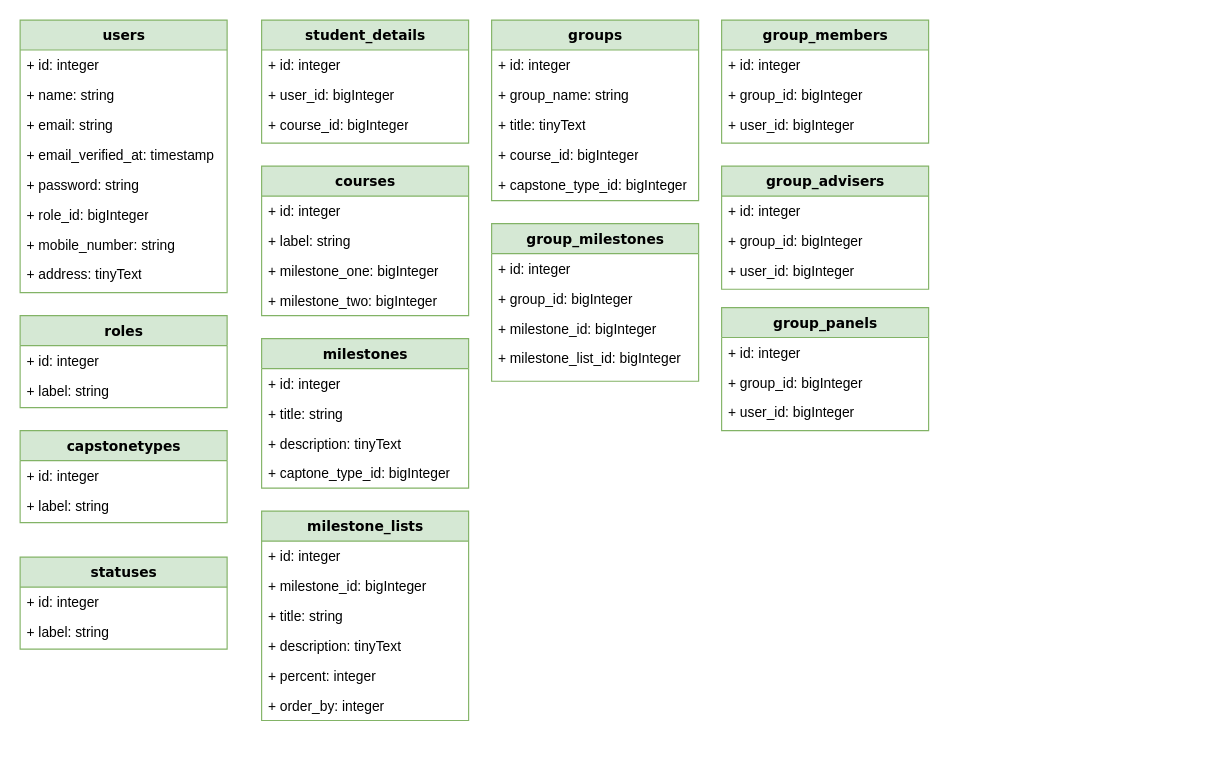
Above: database/schema.drawio in elur123/ccerms-api (draw.io), before the change. Source tidied: cells renumbered, new cells numbered last; positions are measured from the earlier drawing's top-left corner, leaving out a move shared by most shapes. Both pictures are drawn from the tidied source at 115%, with x=0, y=0 at pixel (20, 20).
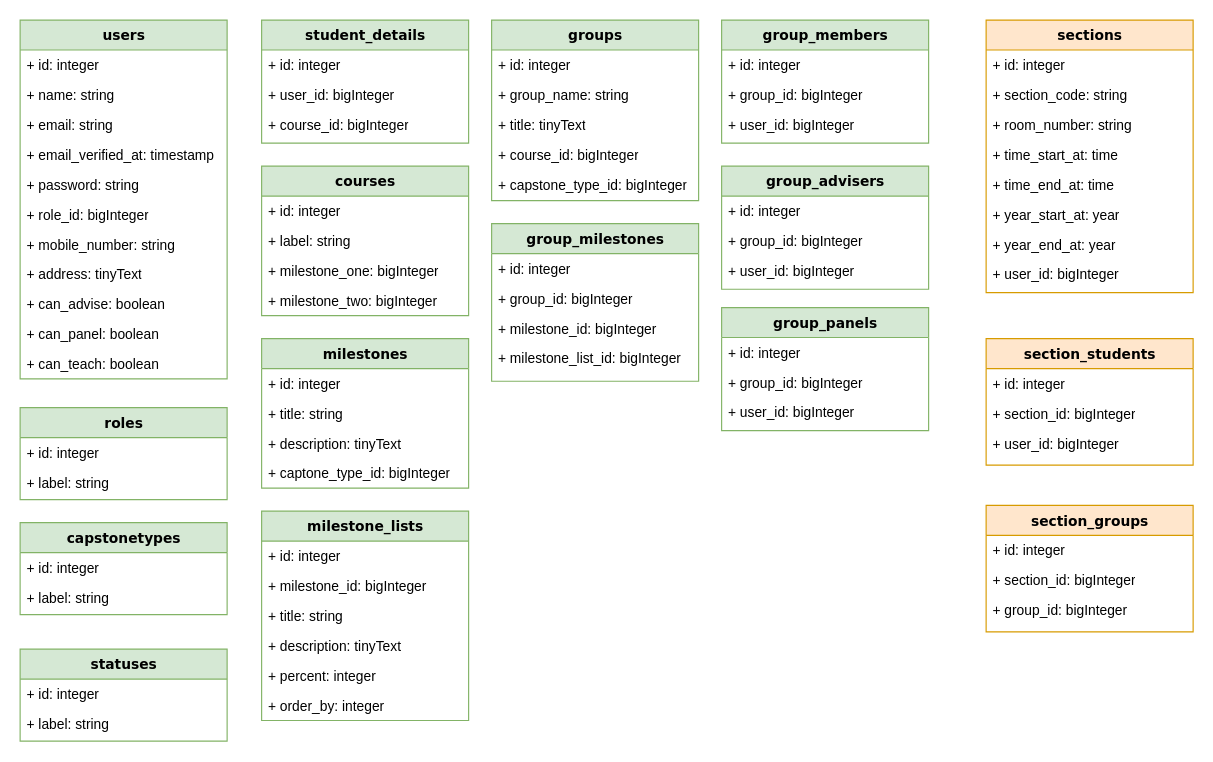
After the change.

Change to the diagram source:
```diff
@@
     <mxCell id="2" value="users" style="swimlane;html=1;fontStyle=1;align=center;verticalAlign=top;horizontal=1;startSize=26;swimlaneFillColor=#ffffff;rounded=0;shadow=0;comic=0;labelBackgroundColor=none;strokeWidth=1;fillColor=#d5e8d4;fontFamily=Verdana;fontSize=12;strokeColor=#82b366;" parent="1" vertex="1">
-      <mxGeometry width="180" height="237" as="geometry" />
+      <mxGeometry width="180" height="312" as="geometry" />
     </mxCell>
@@
+    <mxCell id="64" value="+ can_advise: boolean" style="text;html=1;strokeColor=none;fillColor=none;align=left;verticalAlign=top;spacingLeft=4;spacingRight=4;whiteSpace=wrap;overflow=hidden;" parent="2" vertex="1">
+      <mxGeometry y="234" width="180" height="26" as="geometry" />
+    </mxCell>
+    <mxCell id="65" value="+ can_panel: boolean" style="text;html=1;strokeColor=none;fillColor=none;align=left;verticalAlign=top;spacingLeft=4;spacingRight=4;whiteSpace=wrap;overflow=hidden;" parent="2" vertex="1">
+      <mxGeometry y="260" width="180" height="26" as="geometry" />
+    </mxCell>
+    <mxCell id="66" value="+ can_teach: boolean" style="text;html=1;strokeColor=none;fillColor=none;align=left;verticalAlign=top;spacingLeft=4;spacingRight=4;whiteSpace=wrap;overflow=hidden;" parent="2" vertex="1">
+      <mxGeometry y="286" width="180" height="26" as="geometry" />
+    </mxCell>
     <mxCell id="11" value="roles" style="swimlane;html=1;fontStyle=1;align=center;verticalAlign=top;horizontal=1;startSize=26;swimlaneFillColor=#ffffff;rounded=0;shadow=0;comic=0;labelBackgroundColor=none;strokeWidth=1;fillColor=#d5e8d4;fontFamily=Verdana;fontSize=12;strokeColor=#82b366;" parent="1" vertex="1">
-      <mxGeometry y="257" width="180" height="80" as="geometry" />
+      <mxGeometry y="337" width="180" height="80" as="geometry" />
     </mxCell>
@@
     <mxCell id="41" value="capstonetypes" style="swimlane;html=1;fontStyle=1;align=center;verticalAlign=top;horizontal=1;startSize=26;swimlaneFillColor=#ffffff;rounded=0;shadow=0;comic=0;labelBackgroundColor=none;strokeWidth=1;fillColor=#d5e8d4;fontFamily=Verdana;fontSize=12;strokeColor=#82b366;" parent="1" vertex="1">
-      <mxGeometry y="357" width="180" height="80" as="geometry" />
+      <mxGeometry y="437" width="180" height="80" as="geometry" />
     </mxCell>
@@
     <mxCell id="61" value="statuses" style="swimlane;html=1;fontStyle=1;align=center;verticalAlign=top;horizontal=1;startSize=26;swimlaneFillColor=#ffffff;rounded=0;shadow=0;comic=0;labelBackgroundColor=none;strokeWidth=1;fillColor=#d5e8d4;fontFamily=Verdana;fontSize=12;strokeColor=#82b366;" parent="1" vertex="1">
-      <mxGeometry y="467" width="180" height="80" as="geometry" />
+      <mxGeometry y="547" width="180" height="80" as="geometry" />
     </mxCell>
@@
+    <mxCell id="67" value="sections" style="swimlane;html=1;fontStyle=1;align=center;verticalAlign=top;horizontal=1;startSize=26;swimlaneFillColor=#ffffff;rounded=0;shadow=0;comic=0;labelBackgroundColor=none;strokeWidth=1;fillColor=#ffe6cc;fontFamily=Verdana;fontSize=12;strokeColor=#d79b00;" parent="1" vertex="1">
+      <mxGeometry x="840" width="180" height="237" as="geometry" />
+    </mxCell>
+    <mxCell id="68" value="+ id: integer" style="text;html=1;strokeColor=none;fillColor=none;align=left;verticalAlign=top;spacingLeft=4;spacingRight=4;whiteSpace=wrap;overflow=hidden;" parent="67" vertex="1">
+      <mxGeometry y="26" width="180" height="26" as="geometry" />
+    </mxCell>
+    <mxCell id="69" value="+ section_code: string" style="text;html=1;strokeColor=none;fillColor=none;align=left;verticalAlign=top;spacingLeft=4;spacingRight=4;whiteSpace=wrap;overflow=hidden;" parent="67" vertex="1">
+      <mxGeometry y="52" width="180" height="26" as="geometry" />
+    </mxCell>
+    <mxCell id="70" value="+ room_number: string" style="text;html=1;strokeColor=none;fillColor=none;align=left;verticalAlign=top;spacingLeft=4;spacingRight=4;whiteSpace=wrap;overflow=hidden;" parent="67" vertex="1">
+      <mxGeometry y="78" width="180" height="26" as="geometry" />
+    </mxCell>
+    <mxCell id="71" value="+ time_start_at: time" style="text;html=1;strokeColor=none;fillColor=none;align=left;verticalAlign=top;spacingLeft=4;spacingRight=4;whiteSpace=wrap;overflow=hidden;" parent="67" vertex="1">
+      <mxGeometry y="104" width="180" height="26" as="geometry" />
+    </mxCell>
+    <mxCell id="72" value="+ time_end_at: time" style="text;html=1;strokeColor=none;fillColor=none;align=left;verticalAlign=top;spacingLeft=4;spacingRight=4;whiteSpace=wrap;overflow=hidden;" parent="67" vertex="1">
+      <mxGeometry y="130" width="180" height="26" as="geometry" />
+    </mxCell>
+    <mxCell id="73" value="+ year_start_at: year" style="text;html=1;strokeColor=none;fillColor=none;align=left;verticalAlign=top;spacingLeft=4;spacingRight=4;whiteSpace=wrap;overflow=hidden;" parent="67" vertex="1">
+      <mxGeometry y="156" width="180" height="26" as="geometry" />
+    </mxCell>
+    <mxCell id="74" value="+ year_end_at: year" style="text;html=1;strokeColor=none;fillColor=none;align=left;verticalAlign=top;spacingLeft=4;spacingRight=4;whiteSpace=wrap;overflow=hidden;" parent="67" vertex="1">
+      <mxGeometry y="182" width="180" height="26" as="geometry" />
+    </mxCell>
+    <mxCell id="75" value="+ user_id: bigInteger" style="text;html=1;strokeColor=none;fillColor=none;align=left;verticalAlign=top;spacingLeft=4;spacingRight=4;whiteSpace=wrap;overflow=hidden;" parent="67" vertex="1">
+      <mxGeometry y="208" width="180" height="26" as="geometry" />
+    </mxCell>
+    <mxCell id="76" value="section_students" style="swimlane;html=1;fontStyle=1;align=center;verticalAlign=top;horizontal=1;startSize=26;swimlaneFillColor=#ffffff;rounded=0;shadow=0;comic=0;labelBackgroundColor=none;strokeWidth=1;fillColor=#ffe6cc;fontFamily=Verdana;fontSize=12;strokeColor=#d79b00;" parent="1" vertex="1">
+      <mxGeometry x="840" y="277" width="180" height="110" as="geometry" />
+    </mxCell>
+    <mxCell id="77" value="+ id: integer" style="text;html=1;strokeColor=none;fillColor=none;align=left;verticalAlign=top;spacingLeft=4;spacingRight=4;whiteSpace=wrap;overflow=hidden;" parent="76" vertex="1">
+      <mxGeometry y="26" width="180" height="26" as="geometry" />
+    </mxCell>
+    <mxCell id="78" value="+ section_id: bigInteger" style="text;html=1;strokeColor=none;fillColor=none;align=left;verticalAlign=top;spacingLeft=4;spacingRight=4;whiteSpace=wrap;overflow=hidden;" parent="76" vertex="1">
+      <mxGeometry y="52" width="180" height="26" as="geometry" />
+    </mxCell>
+    <mxCell id="79" value="+ user_id: bigInteger" style="text;html=1;strokeColor=none;fillColor=none;align=left;verticalAlign=top;spacingLeft=4;spacingRight=4;whiteSpace=wrap;overflow=hidden;" parent="76" vertex="1">
+      <mxGeometry y="78" width="180" height="26" as="geometry" />
+    </mxCell>
+    <mxCell id="80" value="section_groups" style="swimlane;html=1;fontStyle=1;align=center;verticalAlign=top;horizontal=1;startSize=26;swimlaneFillColor=#ffffff;rounded=0;shadow=0;comic=0;labelBackgroundColor=none;strokeWidth=1;fillColor=#ffe6cc;fontFamily=Verdana;fontSize=12;strokeColor=#d79b00;" parent="1" vertex="1">
+      <mxGeometry x="840" y="422" width="180" height="110" as="geometry" />
+    </mxCell>
+    <mxCell id="81" value="+ id: integer" style="text;html=1;strokeColor=none;fillColor=none;align=left;verticalAlign=top;spacingLeft=4;spacingRight=4;whiteSpace=wrap;overflow=hidden;" parent="80" vertex="1">
+      <mxGeometry y="26" width="180" height="26" as="geometry" />
+    </mxCell>
+    <mxCell id="82" value="+ section_id: bigInteger" style="text;html=1;strokeColor=none;fillColor=none;align=left;verticalAlign=top;spacingLeft=4;spacingRight=4;whiteSpace=wrap;overflow=hidden;" parent="80" vertex="1">
+      <mxGeometry y="52" width="180" height="26" as="geometry" />
+    </mxCell>
+    <mxCell id="83" value="+ group_id: bigInteger" style="text;html=1;strokeColor=none;fillColor=none;align=left;verticalAlign=top;spacingLeft=4;spacingRight=4;whiteSpace=wrap;overflow=hidden;" parent="80" vertex="1">
+      <mxGeometry y="78" width="180" height="26" as="geometry" />
+    </mxCell>
```
